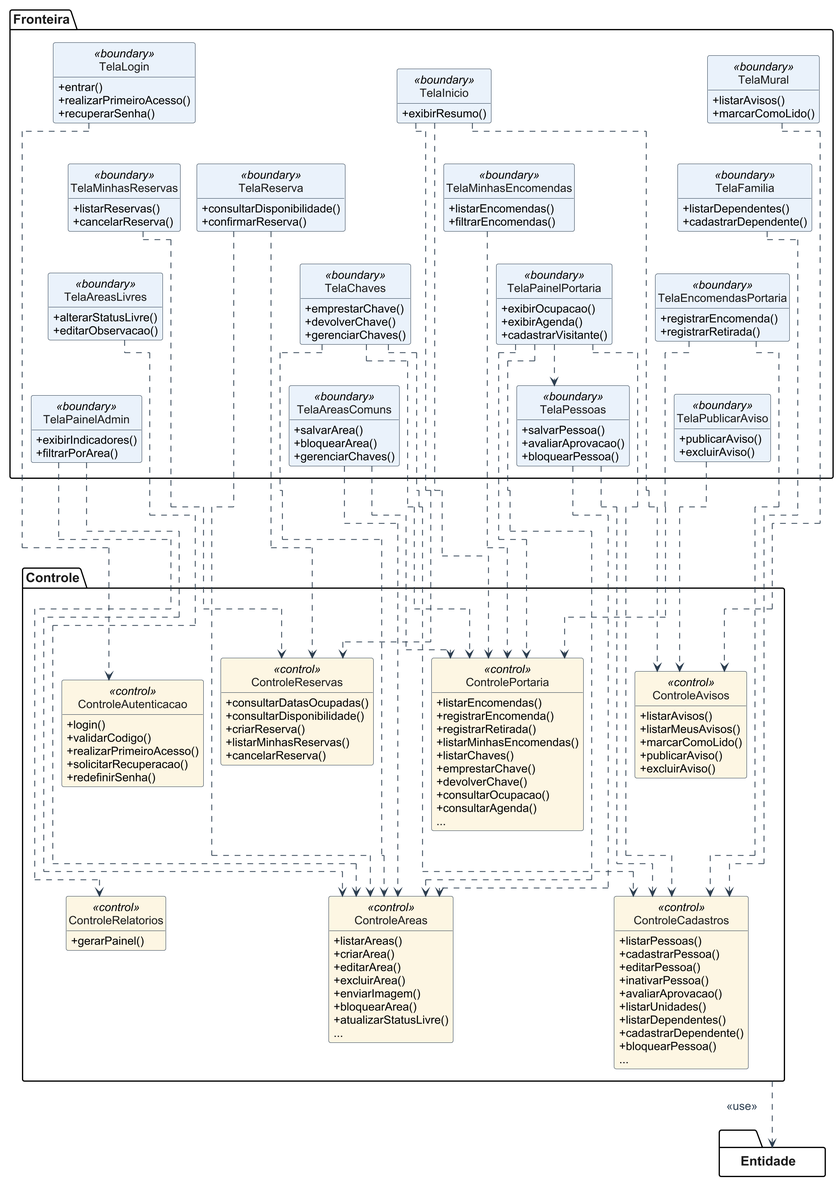
jvmuka/OASIS keeps this PlantUML diagram as Documentos/diagramas/02a_classes_arquitetura.png. Above is the earlier version.
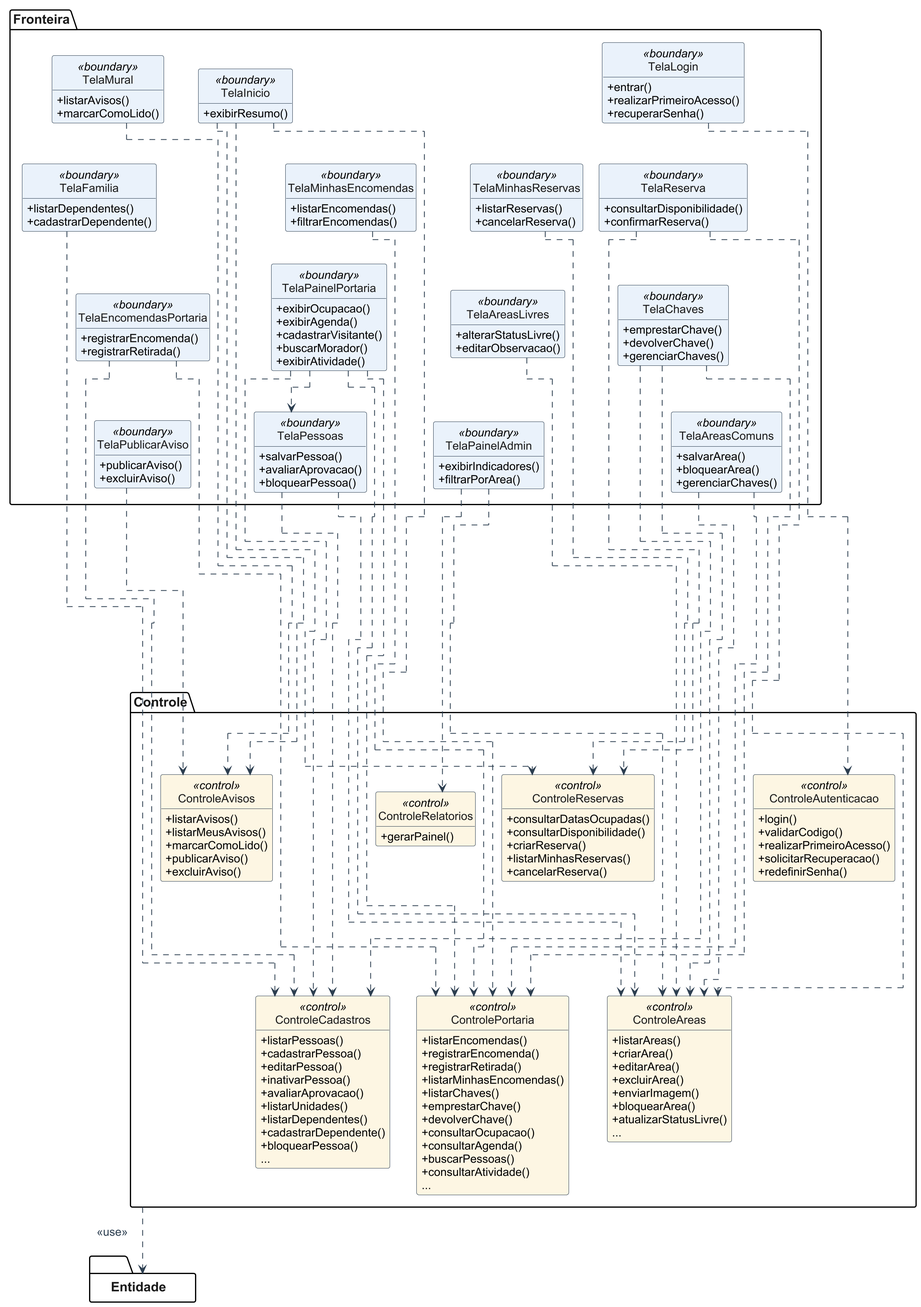
The same diagram one commit later.

Commit message:
docs: atualiza 02a com busca e atividade da portaria

The edit, as a diff of the source:
```diff
@@ -95,6 +95,8 @@
     +exibirOcupacao()
     +exibirAgenda()
     +cadastrarVisitante()
+    +buscarMorador()
+    +exibirAtividade()
   }
   class TelaEncomendasPortaria <<boundary>> {
     +registrarEncomenda()
@@ -135,6 +137,16 @@
     +solicitarRecuperacao()
     +redefinirSenha()
   }
+  class ControleRelatorios <<control>> {
+    +gerarPainel()
+  }
+  class ControleAvisos <<control>> {
+    +listarAvisos()
+    +listarMeusAvisos()
+    +marcarComoLido()
+    +publicarAviso()
+    +excluirAviso()
+  }
   class ControlePortaria <<control>> {
     +listarEncomendas()
     +registrarEncomenda()
@@ -145,17 +157,9 @@
     +devolverChave()
     +consultarOcupacao()
     +consultarAgenda()
+    +buscarPessoas()
+    +consultarAtividade()
     {method} ...
-  }
-  class ControleAvisos <<control>> {
-    +listarAvisos()
-    +listarMeusAvisos()
-    +marcarComoLido()
-    +publicarAviso()
-    +excluirAviso()
-  }
-  class ControleRelatorios <<control>> {
-    +gerarPainel()
   }
   class ControleAreas <<control>> {
     +listarAreas()
@@ -195,13 +199,13 @@
 TelaPainelPortaria -[hidden]down- TelaPessoas
 TelaChaves -[hidden]down- TelaAreasComuns
 TelaAreasLivres -[hidden]down- TelaPainelAdmin
-ControleAvisos -[hidden]down- ControleCadastros
-ControlePortaria -[hidden]down- ControleAreas
-ControleAutenticacao -[hidden]down- ControleRelatorios
+ControleRelatorios -[hidden]down- ControleCadastros
+ControleAutenticacao -[hidden]down- ControlePortaria
+ControleReservas -[hidden]down- ControleAreas
+TelaPainelAdmin -[hidden]down- ControleReservas
+TelaAreasComuns -[hidden]down- ControleAutenticacao
+TelaPessoas -[hidden]down- ControleRelatorios
 TelaPublicarAviso -[hidden]down- ControleAvisos
-TelaPessoas -[hidden]down- ControlePortaria
-TelaAreasComuns -[hidden]down- ControleAutenticacao
-TelaPainelAdmin -[hidden]down- ControleReservas
 
 TelaMural ..> ControleAvisos
 TelaInicio ..> ControleAvisos
```
